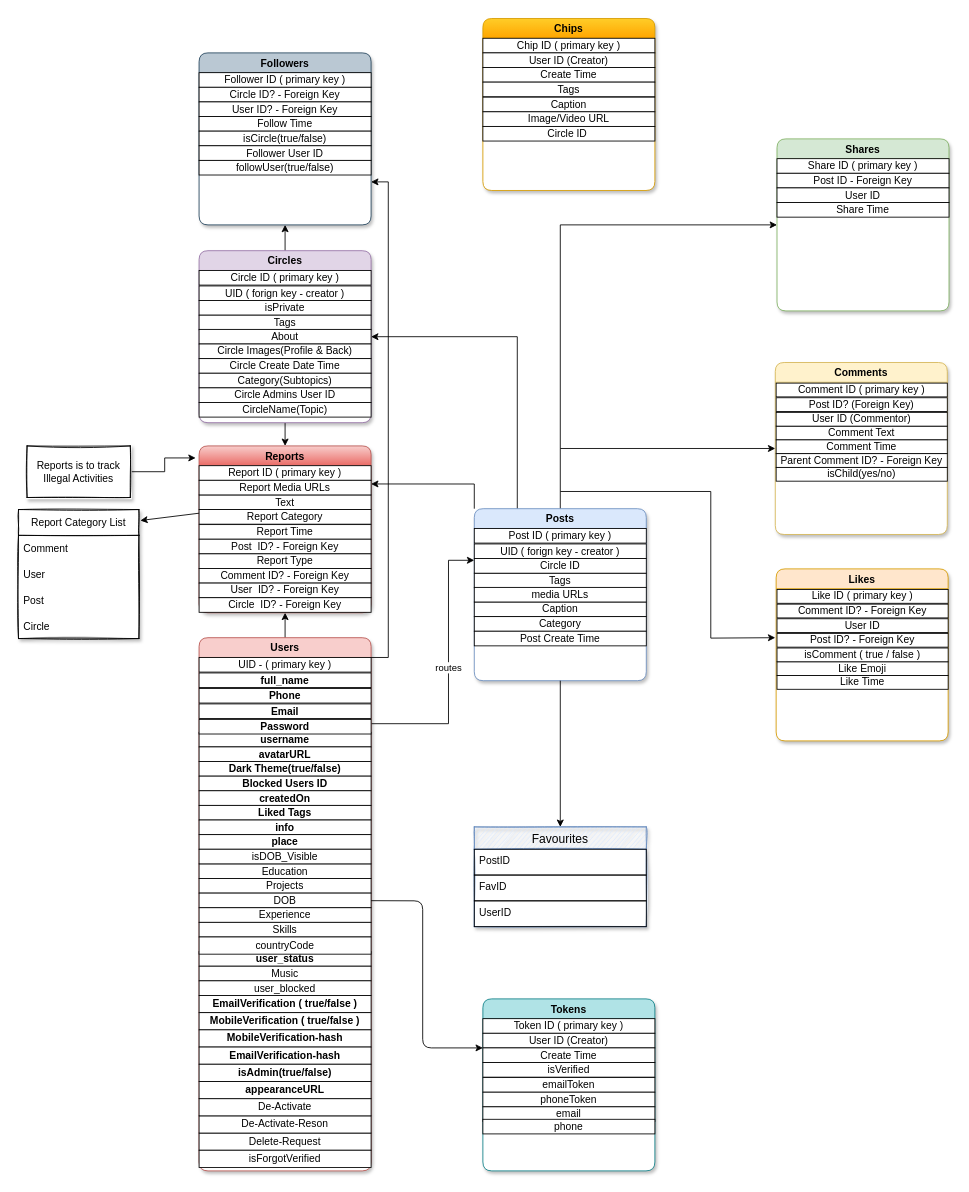
The draw.io diagram BackendV1-DBArchitecture.drawio in aghosh0605/social-app-backend, before the edit. Source tidied: cells renumbered, new cells numbered last; positions are measured from the earlier drawing's top-left corner, leaving out a move shared by most shapes. Both pictures are drawn from the tidied source at 86%, with x=0, y=0 at pixel (18, 18).
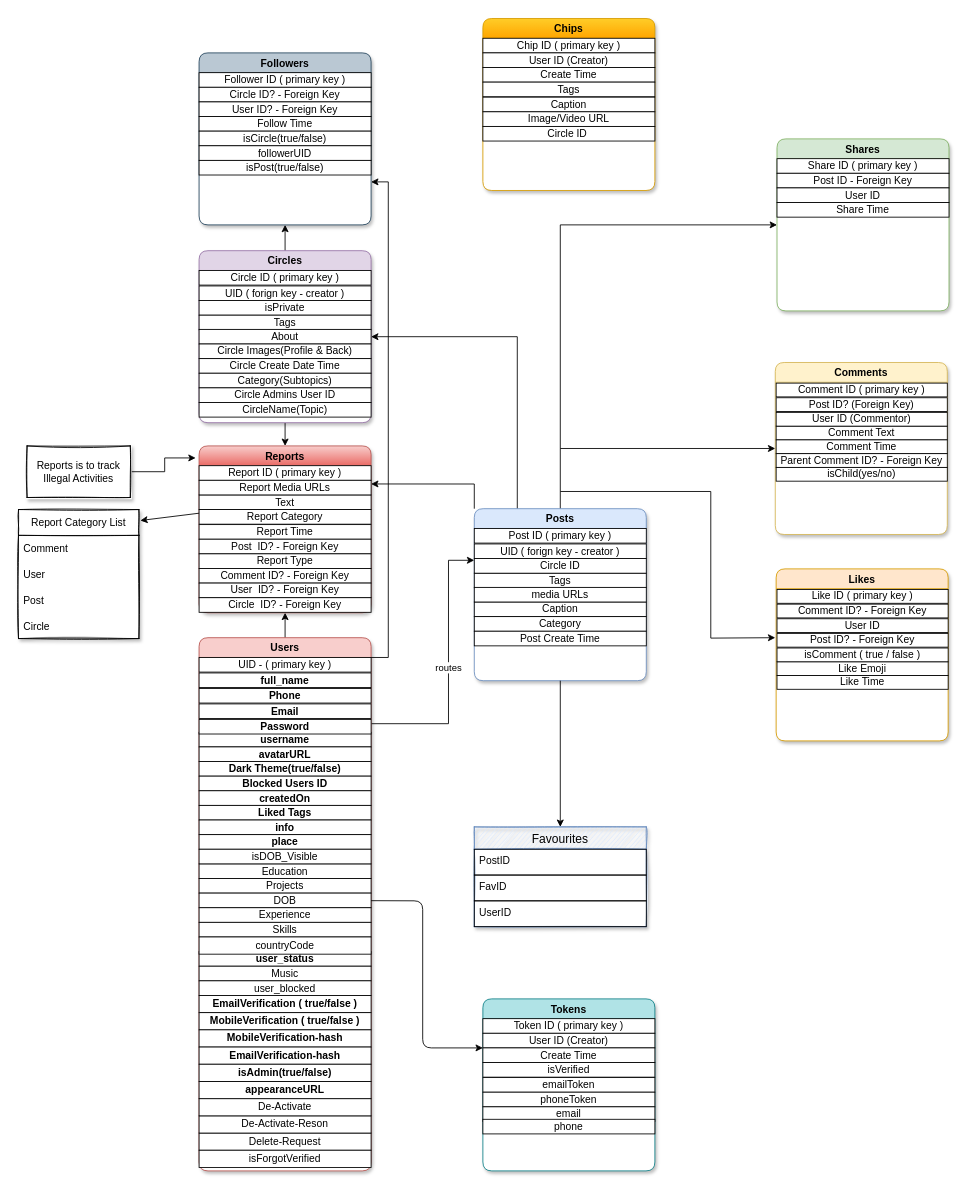
The same page after the edit.

Unchanged cells that the change refers to:
```xml
<mxCell id="86" value="Followers" style="swimlane;fillColor=#bac8d3;strokeColor=#23445d;rounded=1;shadow=1;swimlaneFillColor=default;" parent="1" vertex="1">
  <mxGeometry x="210" y="40" width="200" height="200" as="geometry" />
</mxCell>
```

Change to the diagram source:
```diff
@@
-    <mxCell id="92" value="Follower User ID" style="rounded=0;whiteSpace=wrap;html=1;" parent="86" vertex="1">
+    <mxCell id="92" value="followerUID" style="rounded=0;whiteSpace=wrap;html=1;" parent="86" vertex="1">
       <mxGeometry y="108" width="200" height="17" as="geometry" />
     </mxCell>
-    <mxCell id="93" value="followUser(true/false)" style="rounded=0;whiteSpace=wrap;html=1;" parent="86" vertex="1">
-      <mxGeometry y="125" width="200" height="17" as="geometry" />
-    </mxCell>
+    <mxCell id="137" value="isPost(true/false)" style="rounded=0;whiteSpace=wrap;html=1;" parent="86" vertex="1">
+      <mxGeometry y="125" width="200" height="17" as="geometry" />
+    </mxCell>
```
